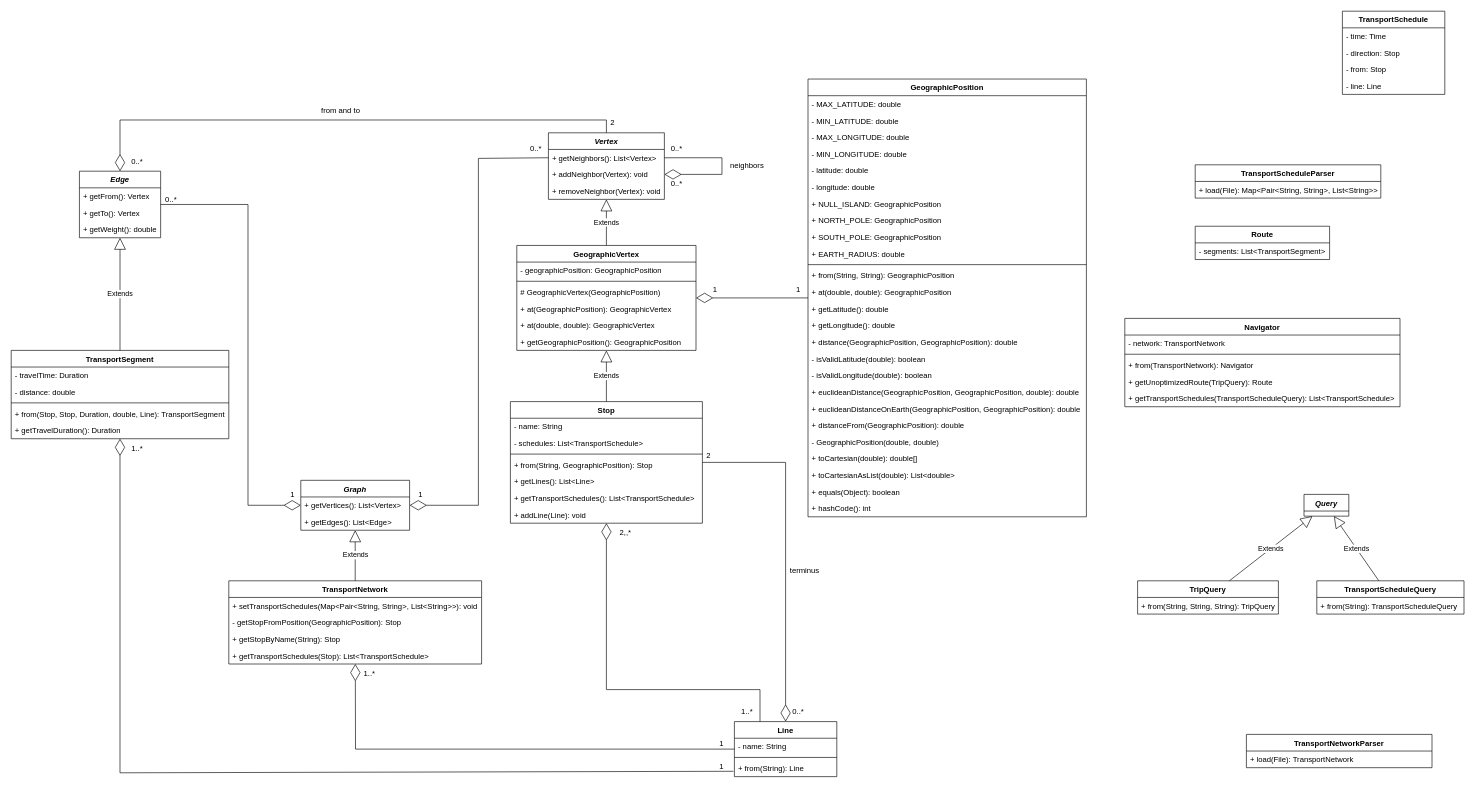
Before: diagrams/model.drawio in adrian-heouairi/MoriaMap, a draw.io diagram. Source tidied: cells renumbered, new cells numbered last; positions are measured from the earlier drawing's top-left corner, leaving out a move shared by most shapes. Both pictures are drawn from the tidied source at 64%, with x=0, y=0 at pixel (11, 11).
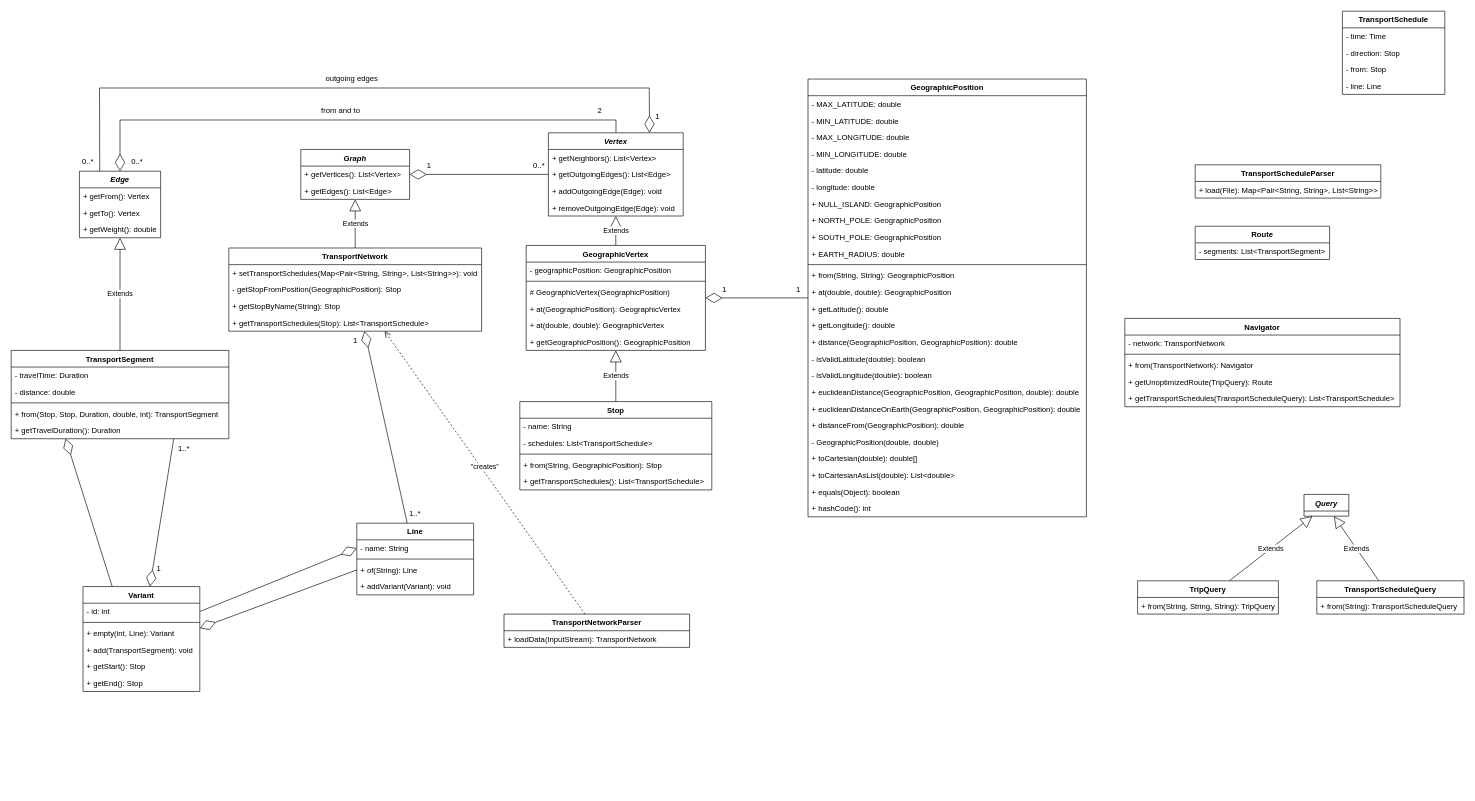
Above is the later version.

Commit message (it also covers changes not shown here):
Update model Add transport network generation algorithm description

The change refers to these unchanged cells:
```xml
<mxCell id="68" value="Edge" style="swimlane;fontStyle=3;align=center;verticalAlign=top;horizontal=1;startSize=26;" parent="1" vertex="1">
  <mxGeometry x="106.6" y="250" width="126.9" height="104" as="geometry" />
</mxCell>
<mxCell id="72" value="TransportSegment" style="swimlane;fontStyle=1;align=center;verticalAlign=top;horizontal=1;startSize=26;" parent="1" vertex="1">
  <mxGeometry y="530" width="340" height="138" as="geometry" />
</mxCell>
<mxCell id="77" value="+ getTravelDuration(): Duration" style="text;strokeColor=none;fillColor=none;align=left;verticalAlign=top;spacingLeft=4;spacingRight=4;overflow=hidden;points=[[0,0.5],[1,0.5]];portConstraint=eastwest;" parent="72" vertex="1">
  <mxGeometry y="112" width="340" height="26" as="geometry" />
</mxCell>
```

Diff of the diagram source:
```diff
@@
     <mxCell id="2" value="Graph" style="swimlane;fontStyle=3;align=center;verticalAlign=top;horizontal=1;startSize=26;" parent="1" vertex="1">
-      <mxGeometry x="452.5" y="733" width="170" height="78" as="geometry" />
+      <mxGeometry x="452.5" y="216" width="170" height="78" as="geometry" />
     </mxCell>
@@
     <mxCell id="7" value="TransportNetwork" style="swimlane;fontStyle=1;align=center;verticalAlign=top;horizontal=1;startSize=26;" parent="1" vertex="1">
-      <mxGeometry x="340" y="890" width="395" height="130" as="geometry" />
+      <mxGeometry x="340" y="370" width="395" height="130" as="geometry" />
     </mxCell>
@@
     <mxCell id="18" value="Stop" style="swimlane;fontStyle=1;align=center;verticalAlign=top;horizontal=1;startSize=26;" parent="1" vertex="1">
-      <mxGeometry x="780" y="610" width="300" height="190" as="geometry" />
+      <mxGeometry x="794.7" y="610" width="300" height="138" as="geometry" />
     </mxCell>
@@
-    <mxCell id="23" value="+ getLines(): List&lt;Line&gt;" style="text;strokeColor=none;fillColor=none;align=left;verticalAlign=top;spacingLeft=4;spacingRight=4;overflow=hidden;" parent="18" vertex="1">
-      <mxGeometry y="112" width="300" height="26" as="geometry" />
-    </mxCell>
     <mxCell id="24" value="+ getTransportSchedules(): List&lt;TransportSchedule&gt;" style="text;strokeColor=none;fillColor=none;align=left;verticalAlign=top;spacingLeft=4;spacingRight=4;overflow=hidden;" parent="18" vertex="1">
-      <mxGeometry y="138" width="300" height="26" as="geometry" />
+      <mxGeometry y="112" width="300" height="26" as="geometry" />
     </mxCell>
-    <mxCell id="25" value="+ addLine(Line): void" style="text;strokeColor=none;fillColor=none;align=left;verticalAlign=top;spacingLeft=4;spacingRight=4;overflow=hidden;" parent="18" vertex="1">
-      <mxGeometry y="164" width="300" height="26" as="geometry" />
-    </mxCell>
     <mxCell id="26" value="Vertex" style="swimlane;fontStyle=3;align=center;verticalAlign=top;horizontal=1;startSize=26;" parent="1" vertex="1">
-      <mxGeometry x="839.4" y="190" width="181.2" height="104" as="geometry" />
+      <mxGeometry x="839.4" y="190" width="210.6" height="130" as="geometry" />
     </mxCell>
     <mxCell id="27" value="+ getNeighbors(): List&lt;Vertex&gt;" style="text;strokeColor=none;fillColor=none;align=left;verticalAlign=top;spacingLeft=4;spacingRight=4;overflow=hidden;points=[[0,0.5],[1,0.5]];portConstraint=eastwest;" parent="26" vertex="1">
-      <mxGeometry y="26" width="181.2" height="26" as="geometry" />
+      <mxGeometry y="26" width="210.6" height="26" as="geometry" />
     </mxCell>
-    <mxCell id="28" style="endArrow=diamondThin;endFill=0;endSize=24;html=1;rounded=0;entryX=1;entryY=0.5;entryDx=0;entryDy=0;exitX=1;exitY=0.5;exitDx=0;exitDy=0;" parent="26" edge="1" source="27" target="29">
-      <mxGeometry relative="1" as="geometry">
-        <Array as="points">
-          <mxPoint x="271.2" y="39" />
-          <mxPoint x="271.2" y="65" />
-        </Array>
-      </mxGeometry>
-    </mxCell>
+    <mxCell id="128" value="+ getOutgoingEdges(): List&lt;Edge&gt;" style="text;strokeColor=none;fillColor=none;align=left;verticalAlign=top;spacingLeft=4;spacingRight=4;overflow=hidden;" parent="26" vertex="1">
+      <mxGeometry y="52" width="210.6" height="26" as="geometry" />
+    </mxCell>
-    <mxCell id="29" value="+ addNeighbor(Vertex): void" style="text;strokeColor=none;fillColor=none;align=left;verticalAlign=top;spacingLeft=4;spacingRight=4;overflow=hidden;points=[[0,0.5],[1,0.5]];portConstraint=eastwest;" parent="26" vertex="1">
-      <mxGeometry y="52" width="181.2" height="26" as="geometry" />
+    <mxCell id="29" value="+ addOutgoingEdge(Edge): void" style="text;strokeColor=none;fillColor=none;align=left;verticalAlign=top;spacingLeft=4;spacingRight=4;overflow=hidden;points=[[0,0.5],[1,0.5]];portConstraint=eastwest;" parent="26" vertex="1">
+      <mxGeometry y="78" width="210.6" height="26" as="geometry" />
     </mxCell>
-    <mxCell id="30" value="+ removeNeighbor(Vertex): void" style="text;strokeColor=none;fillColor=none;align=left;verticalAlign=top;spacingLeft=4;spacingRight=4;overflow=hidden;" parent="26" vertex="1">
-      <mxGeometry y="78" width="181.2" height="26" as="geometry" />
+    <mxCell id="30" value="+ removeOutgoingEdge(Edge): void" style="text;strokeColor=none;fillColor=none;align=left;verticalAlign=top;spacingLeft=4;spacingRight=4;overflow=hidden;" parent="26" vertex="1">
+      <mxGeometry y="104" width="210.6" height="26" as="geometry" />
     </mxCell>
@@
-    <mxCell id="76" value="+ from(Stop, Stop, Duration, double, Line): TransportSegment" style="text;strokeColor=none;fillColor=none;align=left;verticalAlign=top;spacingLeft=4;spacingRight=4;overflow=hidden;" parent="72" vertex="1">
+    <mxCell id="76" value="+ from(Stop, Stop, Duration, double, int): TransportSegment" style="text;strokeColor=none;fillColor=none;align=left;verticalAlign=top;spacingLeft=4;spacingRight=4;overflow=hidden;" parent="72" vertex="1">
       <mxGeometry y="86" width="340" height="26" as="geometry" />
     </mxCell>
@@
     <mxCell id="83" value="TransportNetworkParser" style="swimlane;fontStyle=1;align=center;verticalAlign=top;horizontal=1;startSize=26;" parent="1" vertex="1">
-      <mxGeometry x="1930" y="1130" width="290" height="52" as="geometry" />
+      <mxGeometry x="770" y="942" width="290" height="52" as="geometry" />
     </mxCell>
-    <mxCell id="84" value="+ load(File): TransportNetwork" style="text;strokeColor=none;fillColor=none;align=left;verticalAlign=top;spacingLeft=4;spacingRight=4;overflow=hidden;" parent="83" vertex="1">
+    <mxCell id="84" value="+ loadData(InputStream): TransportNetwork" style="text;strokeColor=none;fillColor=none;align=left;verticalAlign=top;spacingLeft=4;spacingRight=4;overflow=hidden;" parent="83" vertex="1">
       <mxGeometry y="26" width="290" height="26" as="geometry" />
     </mxCell>
-    <mxCell id="85" value="Line" style="swimlane;fontStyle=1;align=center;verticalAlign=top;horizontal=1;startSize=26;" parent="1" vertex="1">
-      <mxGeometry x="1130" y="1110" width="160" height="86" as="geometry" />
-    </mxCell>
-    <mxCell id="86" value="- name: String" style="text;strokeColor=none;fillColor=none;align=left;verticalAlign=top;spacingLeft=4;spacingRight=4;overflow=hidden;points=[[0,0.5],[1,0.5]];portConstraint=eastwest;" parent="85" vertex="1">
-      <mxGeometry y="26" width="160" height="26" as="geometry" />
-    </mxCell>
-    <mxCell id="87" style="line;strokeWidth=1;fillColor=none;align=left;verticalAlign=middle;spacingTop=-1;spacingLeft=3;spacingRight=3;labelPosition=right;strokeColor=inherit;" parent="85" vertex="1">
-      <mxGeometry y="52" width="160" height="8" as="geometry" />
-    </mxCell>
-    <mxCell id="88" value="+ from(String): Line" style="text;strokeColor=none;fillColor=none;align=left;verticalAlign=top;spacingLeft=4;spacingRight=4;overflow=hidden;points=[[0,0.5],[1,0.5]];portConstraint=eastwest;" parent="85" vertex="1">
-      <mxGeometry y="60" width="160" height="26" as="geometry" />
-    </mxCell>
@@
     <mxCell id="90" value="GeographicVertex" style="swimlane;fontStyle=1;align=center;verticalAlign=top;horizontal=1;startSize=26;" parent="1" vertex="1">
-      <mxGeometry x="790" y="366" width="280" height="164" as="geometry" />
+      <mxGeometry x="804.7" y="366" width="280" height="164" as="geometry" />
     </mxCell>
@@
     <mxCell id="100" value="1" style="text;html=1;strokeColor=none;fillColor=none;align=center;verticalAlign=middle;whiteSpace=wrap;rounded=0;" parent="1" vertex="1">
-      <mxGeometry x="1070" y="420" width="60" height="30" as="geometry" />
+      <mxGeometry x="1084.7" y="420" width="60" height="30" as="geometry" />
     </mxCell>
-    <mxCell id="101" style="endArrow=diamondThin;endFill=0;endSize=24;html=1;rounded=0;" parent="1" edge="1" source="85" target="7">
-      <mxGeometry relative="1" as="geometry">
-        <Array as="points">
-          <mxPoint x="538" y="1153" />
-        </Array>
-      </mxGeometry>
-    </mxCell>
-    <mxCell id="102" style="endArrow=diamondThin;endFill=0;endSize=24;html=1;rounded=0;" parent="1" edge="1" source="18" target="85">
-      <mxGeometry relative="1" as="geometry">
-        <Array as="points">
-          <mxPoint x="1210" y="705" />
-        </Array>
-      </mxGeometry>
-    </mxCell>
-    <mxCell id="103" value="2" style="text;html=1;strokeColor=none;fillColor=none;align=center;verticalAlign=middle;whiteSpace=wrap;rounded=0;" parent="1" vertex="1">
-      <mxGeometry x="1060" y="680" width="60" height="30" as="geometry" />
-    </mxCell>
-    <mxCell id="104" value="0..*" style="text;html=1;strokeColor=none;fillColor=none;align=center;verticalAlign=middle;whiteSpace=wrap;rounded=0;" parent="1" vertex="1">
-      <mxGeometry x="1200" y="1080" width="60" height="30" as="geometry" />
-    </mxCell>
-    <mxCell id="105" value="terminus" style="text;html=1;strokeColor=none;fillColor=none;align=center;verticalAlign=middle;whiteSpace=wrap;rounded=0;" parent="1" vertex="1">
-      <mxGeometry x="1210" y="860" width="60" height="30" as="geometry" />
-    </mxCell>
-    <mxCell id="106" value="1..*" style="text;html=1;strokeColor=none;fillColor=none;align=center;verticalAlign=middle;whiteSpace=wrap;rounded=0;" parent="1" vertex="1">
-      <mxGeometry x="530" y="1020" width="60" height="30" as="geometry" />
-    </mxCell>
-    <mxCell id="107" value="1" style="text;html=1;strokeColor=none;fillColor=none;align=center;verticalAlign=middle;whiteSpace=wrap;rounded=0;" parent="1" vertex="1">
-      <mxGeometry x="1080" y="1130" width="60" height="30" as="geometry" />
-    </mxCell>
@@
-    <mxCell id="109" style="endArrow=diamondThin;endFill=0;endSize=24;html=1;rounded=0;exitX=0;exitY=0.5;exitDx=0;exitDy=0;" parent="1" edge="1" source="27" target="2">
-      <mxGeometry relative="1" as="geometry">
-        <Array as="points">
-          <mxPoint x="730" y="230" />
-          <mxPoint x="730" y="772" />
-        </Array>
-      </mxGeometry>
-    </mxCell>
     <mxCell id="110" value="1" style="text;html=1;strokeColor=none;fillColor=none;align=center;verticalAlign=middle;whiteSpace=wrap;rounded=0;" parent="1" vertex="1">
-      <mxGeometry x="610" y="740" width="60" height="30" as="geometry" />
+      <mxGeometry x="622.5" y="227" width="60" height="30" as="geometry" />
     </mxCell>
     <mxCell id="111" value="0..*" style="text;html=1;strokeColor=none;fillColor=none;align=center;verticalAlign=middle;whiteSpace=wrap;rounded=0;" parent="1" vertex="1">
-      <mxGeometry x="790" y="200" width="60" height="30" as="geometry" />
+      <mxGeometry x="794.7" y="227" width="60" height="30" as="geometry" />
     </mxCell>
     <mxCell id="112" style="endArrow=diamondThin;endFill=0;endSize=24;html=1;rounded=0;" parent="1" edge="1" source="26" target="68">
       <mxGeometry relative="1" as="geometry">
         <Array as="points">
-          <mxPoint x="930" y="170" />
+          <mxPoint x="945" y="170" />
           <mxPoint x="170" y="170" />
         </Array>
       </mxGeometry>
     </mxCell>
@@
     <mxCell id="114" value="2" style="text;html=1;strokeColor=none;fillColor=none;align=center;verticalAlign=middle;whiteSpace=wrap;rounded=0;" parent="1" vertex="1">
-      <mxGeometry x="910" y="160" width="60" height="30" as="geometry" />
+      <mxGeometry x="890" y="140" width="60" height="30" as="geometry" />
     </mxCell>
-    <mxCell id="115" value="0..*" style="text;html=1;strokeColor=none;fillColor=none;align=center;verticalAlign=middle;whiteSpace=wrap;rounded=0;" parent="1" vertex="1">
-      <mxGeometry x="1010" y="254" width="60" height="30" as="geometry" />
-    </mxCell>
-    <mxCell id="116" value="0..*" style="text;html=1;strokeColor=none;fillColor=none;align=center;verticalAlign=middle;whiteSpace=wrap;rounded=0;" parent="1" vertex="1">
-      <mxGeometry x="1010" y="200" width="60" height="30" as="geometry" />
-    </mxCell>
-    <mxCell id="117" value="neighbors" style="text;html=1;strokeColor=none;fillColor=none;align=center;verticalAlign=middle;whiteSpace=wrap;rounded=0;" parent="1" vertex="1">
-      <mxGeometry x="1110" y="227" width="80" height="30" as="geometry" />
-    </mxCell>
@@
-    <mxCell id="119" style="endArrow=diamondThin;endFill=0;endSize=24;html=1;rounded=0;exitX=-0.009;exitY=0.678;exitDx=0;exitDy=0;exitPerimeter=0;" parent="1" edge="1" source="88" target="72">
-      <mxGeometry relative="1" as="geometry">
-        <Array as="points">
-          <mxPoint x="170" y="1190" />
-        </Array>
-      </mxGeometry>
-    </mxCell>
-    <mxCell id="120" value="1..*" style="text;html=1;strokeColor=none;fillColor=none;align=center;verticalAlign=middle;whiteSpace=wrap;rounded=0;" parent="1" vertex="1">
-      <mxGeometry x="166.9" y="668" width="60" height="30" as="geometry" />
-    </mxCell>
-    <mxCell id="121" value="1" style="text;html=1;strokeColor=none;fillColor=none;align=center;verticalAlign=middle;whiteSpace=wrap;rounded=0;" parent="1" vertex="1">
-      <mxGeometry x="1080" y="1166" width="60" height="30" as="geometry" />
-    </mxCell>
-    <mxCell id="122" style="endArrow=diamondThin;endFill=0;endSize=24;html=1;rounded=0;" parent="1" edge="1" source="68" target="2">
-      <mxGeometry relative="1" as="geometry">
-        <Array as="points">
-          <mxPoint x="370" y="302" />
-          <mxPoint x="370" y="772" />
-        </Array>
-      </mxGeometry>
-    </mxCell>
-    <mxCell id="123" value="1" style="text;html=1;strokeColor=none;fillColor=none;align=center;verticalAlign=middle;whiteSpace=wrap;rounded=0;" parent="1" vertex="1">
-      <mxGeometry x="410" y="740" width="60" height="30" as="geometry" />
-    </mxCell>
-    <mxCell id="124" value="0..*" style="text;html=1;strokeColor=none;fillColor=none;align=center;verticalAlign=middle;whiteSpace=wrap;rounded=0;" parent="1" vertex="1">
-      <mxGeometry x="220" y="280" width="60" height="30" as="geometry" />
-    </mxCell>
-    <mxCell id="125" style="endArrow=diamondThin;endFill=0;endSize=24;html=1;rounded=0;exitX=0.25;exitY=0;exitDx=0;exitDy=0;" parent="1" edge="1" source="85" target="18">
-      <mxGeometry relative="1" as="geometry">
-        <Array as="points">
-          <mxPoint x="1170" y="1060" />
-          <mxPoint x="930" y="1060" />
-        </Array>
-      </mxGeometry>
-    </mxCell>
-    <mxCell id="126" value="1..*" style="text;html=1;strokeColor=none;fillColor=none;align=center;verticalAlign=middle;whiteSpace=wrap;rounded=0;" parent="1" vertex="1">
-      <mxGeometry x="1120" y="1080" width="60" height="30" as="geometry" />
-    </mxCell>
-    <mxCell id="127" value="2,,*" style="text;html=1;strokeColor=none;fillColor=none;align=center;verticalAlign=middle;whiteSpace=wrap;rounded=0;" parent="1" vertex="1">
-      <mxGeometry x="930" y="800" width="60" height="30" as="geometry" />
-    </mxCell>
+    <mxCell id="129" value="Variant" style="swimlane;fontStyle=1;align=center;verticalAlign=top;horizontal=1;startSize=26;" parent="1" vertex="1">
+      <mxGeometry x="112.2" y="899" width="182.5" height="164" as="geometry" />
+    </mxCell>
+    <mxCell id="130" value="- id: int" style="text;strokeColor=none;fillColor=none;align=left;verticalAlign=top;spacingLeft=4;spacingRight=4;overflow=hidden;points=[[0,0.5],[1,0.5]];portConstraint=eastwest;" parent="129" vertex="1">
+      <mxGeometry y="26" width="182.5" height="26" as="geometry" />
+    </mxCell>
+    <mxCell id="131" style="line;strokeWidth=1;fillColor=none;align=left;verticalAlign=middle;spacingTop=-1;spacingLeft=3;spacingRight=3;labelPosition=right;strokeColor=inherit;" parent="129" vertex="1">
+      <mxGeometry y="52" width="182.5" height="8" as="geometry" />
+    </mxCell>
+    <mxCell id="132" value="+ empty(int, Line): Variant" style="text;strokeColor=none;fillColor=none;align=left;verticalAlign=top;spacingLeft=4;spacingRight=4;overflow=hidden;" parent="129" vertex="1">
+      <mxGeometry y="60" width="182.5" height="26" as="geometry" />
+    </mxCell>
+    <mxCell id="133" value="+ add(TransportSegment): void" style="text;strokeColor=none;fillColor=none;align=left;verticalAlign=top;spacingLeft=4;spacingRight=4;overflow=hidden;" parent="129" vertex="1">
+      <mxGeometry y="86" width="182.5" height="26" as="geometry" />
+    </mxCell>
+    <mxCell id="134" value="+ getStart(): Stop" style="text;strokeColor=none;fillColor=none;align=left;verticalAlign=top;spacingLeft=4;spacingRight=4;overflow=hidden;" parent="129" vertex="1">
+      <mxGeometry y="112" width="182.5" height="26" as="geometry" />
+    </mxCell>
+    <mxCell id="135" value="+ getEnd(): Stop" style="text;strokeColor=none;fillColor=none;align=left;verticalAlign=top;spacingLeft=4;spacingRight=4;overflow=hidden;" parent="129" vertex="1">
+      <mxGeometry y="138" width="182.5" height="26" as="geometry" />
+    </mxCell>
+    <mxCell id="136" value="&quot;creates&quot;" style="html=1;verticalAlign=bottom;endArrow=open;dashed=1;endSize=8;rounded=0;" parent="1" edge="1" source="83" target="7">
+      <mxGeometry relative="1" as="geometry" />
+    </mxCell>
+    <mxCell id="137" value="1..*" style="text;html=1;strokeColor=none;fillColor=none;align=center;verticalAlign=middle;whiteSpace=wrap;rounded=0;" parent="1" vertex="1">
+      <mxGeometry x="240" y="668" width="60" height="30" as="geometry" />
+    </mxCell>
+    <mxCell id="138" value="1" style="text;html=1;strokeColor=none;fillColor=none;align=center;verticalAlign=middle;whiteSpace=wrap;rounded=0;" parent="1" vertex="1">
+      <mxGeometry x="201.2" y="856" width="60" height="30" as="geometry" />
+    </mxCell>
+    <mxCell id="139" value="outgoing edges" style="text;html=1;strokeColor=none;fillColor=none;align=center;verticalAlign=middle;whiteSpace=wrap;rounded=0;" parent="1" vertex="1">
+      <mxGeometry x="485" y="90" width="95" height="30" as="geometry" />
+    </mxCell>
+    <mxCell id="140" style="endArrow=diamondThin;endFill=0;endSize=24;html=1;rounded=0;entryX=0.75;entryY=0;entryDx=0;entryDy=0;exitX=0.25;exitY=0;exitDx=0;exitDy=0;" parent="1" edge="1" source="68" target="26">
+      <mxGeometry relative="1" as="geometry">
+        <Array as="points">
+          <mxPoint x="138" y="120" />
+          <mxPoint x="997" y="120" />
+        </Array>
+      </mxGeometry>
+    </mxCell>
+    <mxCell id="141" value="1" style="text;html=1;strokeColor=none;fillColor=none;align=center;verticalAlign=middle;whiteSpace=wrap;rounded=0;" parent="1" vertex="1">
+      <mxGeometry x="980" y="150" width="60" height="30" as="geometry" />
+    </mxCell>
+    <mxCell id="142" value="0..*" style="text;html=1;strokeColor=none;fillColor=none;align=center;verticalAlign=middle;whiteSpace=wrap;rounded=0;" parent="1" vertex="1">
+      <mxGeometry x="90" y="220" width="60" height="30" as="geometry" />
+    </mxCell>
+    <mxCell id="143" style="endArrow=diamondThin;endFill=0;endSize=24;html=1;rounded=0;" parent="1" edge="1" source="26" target="2">
+      <mxGeometry relative="1" as="geometry" />
+    </mxCell>
+    <mxCell id="144" style="endArrow=diamondThin;endFill=0;endSize=24;html=1;rounded=0;exitX=0.747;exitY=1;exitDx=0;exitDy=0;exitPerimeter=0;" parent="1" edge="1" source="77" target="129">
+      <mxGeometry relative="1" as="geometry" />
+    </mxCell>
+    <mxCell id="101" style="endArrow=diamondThin;endFill=0;endSize=24;html=1;rounded=0;" parent="1" edge="1" source="85" target="7">
+      <mxGeometry relative="1" as="geometry" />
+    </mxCell>
+    <mxCell id="145" value="1" style="text;html=1;strokeColor=none;fillColor=none;align=center;verticalAlign=middle;whiteSpace=wrap;rounded=0;" parent="1" vertex="1">
+      <mxGeometry x="507.5" y="500" width="60" height="30" as="geometry" />
+    </mxCell>
+    <mxCell id="146" value="1..*" style="text;html=1;strokeColor=none;fillColor=none;align=center;verticalAlign=middle;whiteSpace=wrap;rounded=0;" parent="1" vertex="1">
+      <mxGeometry x="601.2" y="770" width="60" height="30" as="geometry" />
+    </mxCell>
+    <mxCell id="85" value="Line" style="swimlane;fontStyle=1;align=center;verticalAlign=top;horizontal=1;startSize=26;" parent="1" vertex="1">
+      <mxGeometry x="540" y="800" width="182.5" height="112" as="geometry" />
+    </mxCell>
+    <mxCell id="86" value="- name: String" style="text;strokeColor=none;fillColor=none;align=left;verticalAlign=top;spacingLeft=4;spacingRight=4;overflow=hidden;points=[[0,0.5],[1,0.5]];portConstraint=eastwest;" parent="85" vertex="1">
+      <mxGeometry y="26" width="182.5" height="26" as="geometry" />
+    </mxCell>
+    <mxCell id="147" style="line;strokeWidth=1;fillColor=none;align=left;verticalAlign=middle;spacingTop=-1;spacingLeft=3;spacingRight=3;labelPosition=right;strokeColor=inherit;" parent="85" vertex="1">
+      <mxGeometry y="52" width="182.5" height="8" as="geometry" />
+    </mxCell>
+    <mxCell id="148" value="+ of(String): Line" style="text;strokeColor=none;fillColor=none;align=left;verticalAlign=top;spacingLeft=4;spacingRight=4;overflow=hidden;points=[[0,0.5],[1,0.5]];portConstraint=eastwest;" parent="85" vertex="1">
+      <mxGeometry y="60" width="182.5" height="26" as="geometry" />
+    </mxCell>
+    <mxCell id="149" value="+ addVariant(Variant): void" style="text;strokeColor=none;fillColor=none;align=left;verticalAlign=top;spacingLeft=4;spacingRight=4;overflow=hidden;" parent="85" vertex="1">
+      <mxGeometry y="86" width="182.5" height="26" as="geometry" />
+    </mxCell>
+    <mxCell id="150" style="endArrow=diamondThin;endFill=0;endSize=24;html=1;rounded=0;exitX=1;exitY=0.5;exitDx=0;exitDy=0;entryX=0;entryY=0.5;entryDx=0;entryDy=0;" parent="1" edge="1" source="130" target="86">
+      <mxGeometry relative="1" as="geometry" />
+    </mxCell>
+    <mxCell id="151" style="endArrow=diamondThin;endFill=0;endSize=24;html=1;rounded=0;exitX=0;exitY=0.5;exitDx=0;exitDy=0;entryX=1;entryY=0.5;entryDx=0;entryDy=0;" parent="1" edge="1" source="148">
+      <mxGeometry relative="1" as="geometry">
+        <mxPoint x="294.7" y="964" as="targetPoint" />
+      </mxGeometry>
+    </mxCell>
+    <mxCell id="152" style="endArrow=diamondThin;endFill=0;endSize=24;html=1;rounded=0;exitX=0.25;exitY=0;exitDx=0;exitDy=0;entryX=0.25;entryY=1;entryDx=0;entryDy=0;entryPerimeter=0;" parent="1" edge="1" source="129" target="77">
+      <mxGeometry relative="1" as="geometry" />
+    </mxCell>
```
